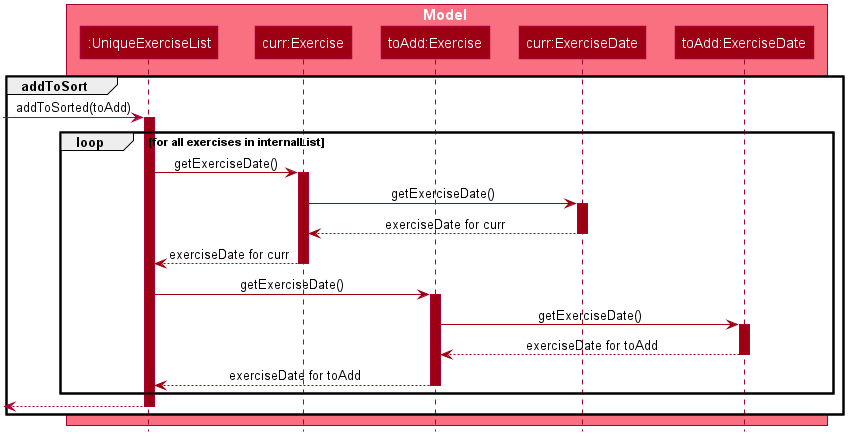
The PlantUML diagram images/AddExerciseCommandSequenceDiagramPart2.png in AY1920S2-CS2103T-F11-2/main, before a commit. Source of this version:
```plantuml
@startuml AddExerciseCommandSequenceDiagramPart2








skinparam BackgroundColor #FFFFFFF

skinparam Shadowing false

skinparam Class {
    FontColor #FFFFFF
    BorderThickness 1
    BorderColor #FFFFFF
    StereotypeFontColor #FFFFFF
    FontName Arial
}

skinparam Actor {
    BorderColor #000000
    Color #000000
    FontName Arial
}

skinparam Sequence {
    MessageAlign center
    BoxFontSize 15
    BoxPadding 0
    BoxFontColor #FFFFFF
    FontName Arial
}

skinparam Participant {
    FontColor #FFFFFFF
    Padding 20
}

skinparam MinClassWidth 50
skinparam ParticipantPadding 10
skinparam Shadowing false
skinparam DefaultTextAlignment center
skinparam packageStyle Rectangle

hide footbox
hide members
hide circle

box Model #F97181
    Participant ":UniqueExerciseList" as exerciseList #9D0012
    Participant "curr:Exercise" as currExercise #9D0012
    Participant "toAdd:Exercise" as toAddExercise #9D0012
    Participant "curr:ExerciseDate" as currExerciseDate #9D0012
    Participant "toAdd:ExerciseDate" as toAddExerciseDate #9D0012
    Participant "curr:ExerciseDate" as currExerciseDate #9D0012
    Participant "toAdd:ExerciseDate" as toAddExerciseDate #9D0012
end box

group addToSort
    [-> exerciseList: addToSorted(toAdd)
    activate exerciseList #9D0012

    loop for all exercises in internalList

        exerciseList -[#9D0012]> currExercise :getExerciseDate()
        activate currExercise #9D0012

        currExercise -[#9D0012]> currExerciseDate :getExerciseDate()
        activate currExerciseDate #9D0012

        currExerciseDate --[#9D0012]> currExercise : exerciseDate for curr
        deactivate currExerciseDate

        currExercise --[#9D0012]> exerciseList : exerciseDate for curr
        deactivate currExercise

        exerciseList -[#9D0012]> toAddExercise : getExerciseDate()
        activate toAddExercise #9D0012

        toAddExercise -[#9D0012]> toAddExerciseDate : getExerciseDate()
        activate toAddExerciseDate #9D0012

        toAddExerciseDate --[#9D0012]> toAddExercise : exerciseDate for toAdd
        deactivate toAddExerciseDate

        toAddExercise --[#9D0012]> exerciseList : exerciseDate for toAdd
        deactivate toAddExercise

    end

    [<-- exerciseList:
    deactivate exerciseList

end
@enduml
```
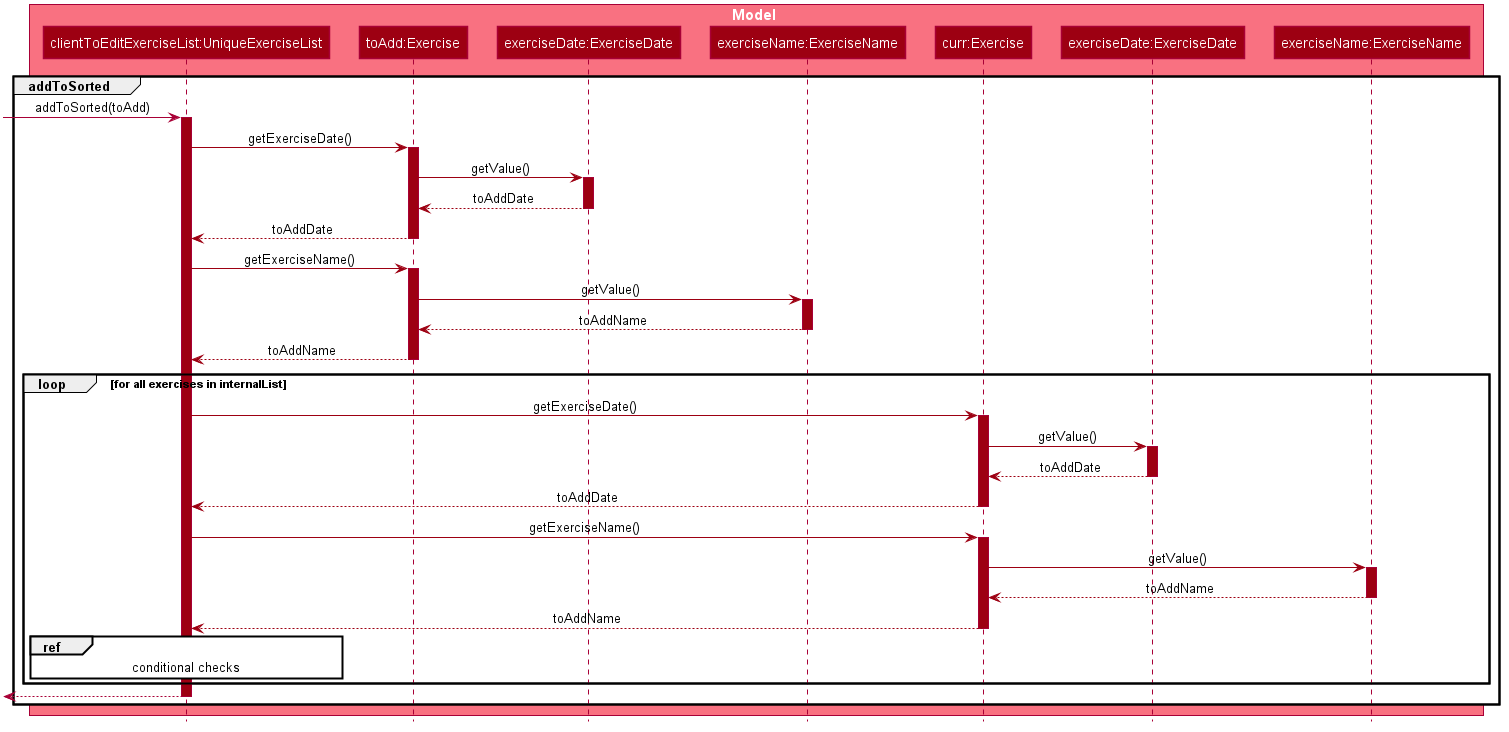
After the change.

Change to the diagram source:
```diff
@@ -49,44 +49,72 @@
 hide circle
 
 box Model #F97181
-    Participant ":UniqueExerciseList" as exerciseList #9D0012
+    Participant "clientToEditExerciseList:UniqueExerciseList" as exerciseList #9D0012
+    Participant "toAdd:Exercise" as toAddExercise #9D0012
+    Participant "exerciseDate:ExerciseDate" as toAddExerciseDate #9D0012
+    Participant "exerciseName:ExerciseName" as toAddExerciseName #9D0012
     Participant "curr:Exercise" as currExercise #9D0012
-    Participant "toAdd:Exercise" as toAddExercise #9D0012
-    Participant "curr:ExerciseDate" as currExerciseDate #9D0012
-    Participant "toAdd:ExerciseDate" as toAddExerciseDate #9D0012
-    Participant "curr:ExerciseDate" as currExerciseDate #9D0012
-    Participant "toAdd:ExerciseDate" as toAddExerciseDate #9D0012
+    Participant "exerciseDate:ExerciseDate" as currExerciseDate #9D0012
+    Participant "exerciseName:ExerciseName" as currExerciseName #9D0012
 end box
 
-group addToSort
+group addToSorted
     [-> exerciseList: addToSorted(toAdd)
     activate exerciseList #9D0012
-
-    loop for all exercises in internalList
-
-        exerciseList -[#9D0012]> currExercise :getExerciseDate()
-        activate currExercise #9D0012
-
-        currExercise -[#9D0012]> currExerciseDate :getExerciseDate()
-        activate currExerciseDate #9D0012
-
-        currExerciseDate --[#9D0012]> currExercise : exerciseDate for curr
-        deactivate currExerciseDate
-
-        currExercise --[#9D0012]> exerciseList : exerciseDate for curr
-        deactivate currExercise
 
         exerciseList -[#9D0012]> toAddExercise : getExerciseDate()
         activate toAddExercise #9D0012
 
-        toAddExercise -[#9D0012]> toAddExerciseDate : getExerciseDate()
+        toAddExercise -[#9D0012]> toAddExerciseDate : getValue()
         activate toAddExerciseDate #9D0012
 
-        toAddExerciseDate --[#9D0012]> toAddExercise : exerciseDate for toAdd
+        toAddExerciseDate --[#9D0012]> toAddExercise : toAddDate
         deactivate toAddExerciseDate
 
-        toAddExercise --[#9D0012]> exerciseList : exerciseDate for toAdd
+        toAddExercise --[#9D0012]> exerciseList : toAddDate
         deactivate toAddExercise
+
+        exerciseList -[#9D0012]> toAddExercise : getExerciseName()
+        activate toAddExercise #9D0012
+
+        toAddExercise -[#9D0012]> toAddExerciseName : getValue()
+        activate toAddExerciseName #9D0012
+
+        toAddExerciseName --[#9D0012]> toAddExercise : toAddName
+        deactivate toAddExerciseName
+
+        toAddExercise --[#9D0012]> exerciseList : toAddName
+        deactivate toAddExercise
+
+    loop for all exercises in internalList
+
+        exerciseList -[#9D0012]> currExercise : getExerciseDate()
+        activate currExercise #9D0012
+
+        currExercise -[#9D0012]> currExerciseDate : getValue()
+        activate currExerciseDate #9D0012
+
+        currExerciseDate --[#9D0012]> currExercise : toAddDate
+        deactivate currExerciseDate
+
+        currExercise --[#9D0012]> exerciseList : toAddDate
+        deactivate currExercise
+
+        exerciseList -[#9D0012]> currExercise : getExerciseName()
+        activate currExercise #9D0012
+
+        currExercise -[#9D0012]> currExerciseName : getValue()
+        activate currExerciseName #9D0012
+
+        currExerciseName --[#9D0012]> currExercise : toAddName
+        deactivate currExerciseName
+
+        currExercise --[#9D0012]> exerciseList : toAddName
+        deactivate currExercise
+
+        ref over exerciseList
+            conditional checks
+        end ref
 
     end
 
```
